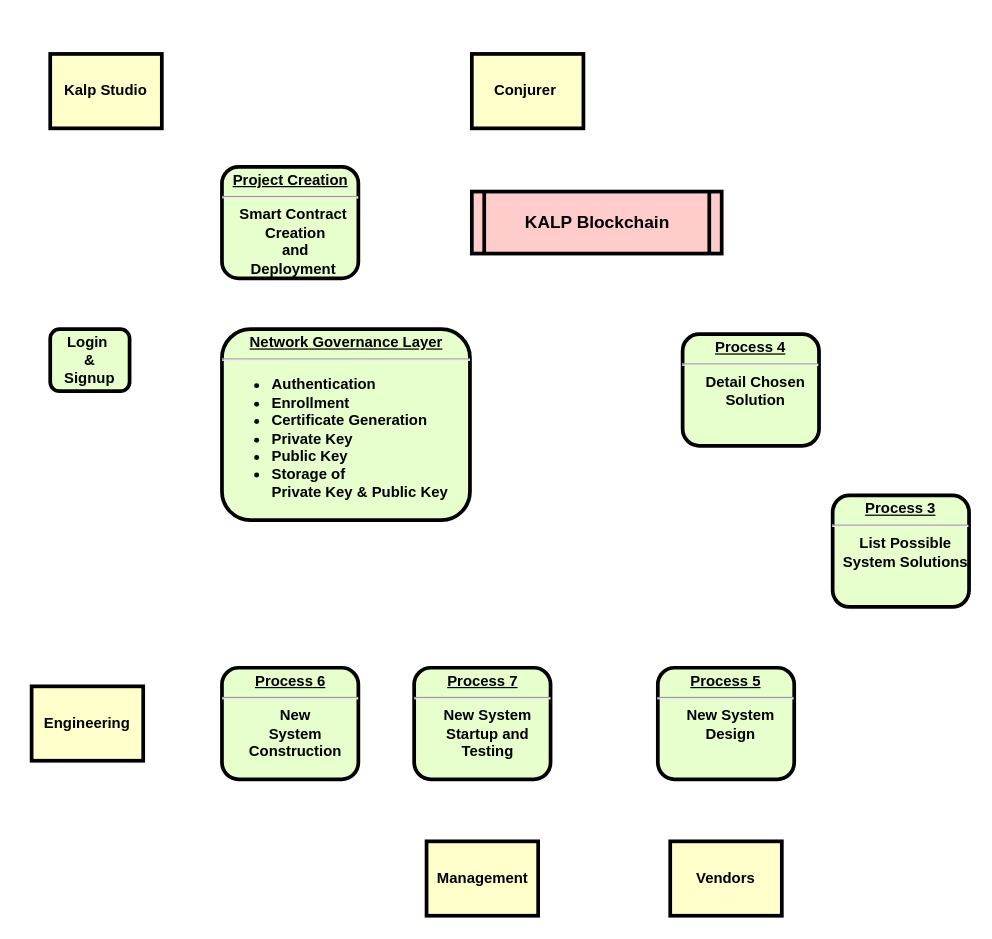
Earlier version of the draw.io diagram Untitled Diagram.drawio (gauravtwr/Kalp). Source tidied: cells renumbered, new cells numbered last; positions are measured from the earlier drawing's top-left corner, leaving out a move shared by most shapes. Both pictures are drawn from the tidied source at 124%, with x=0, y=0 at pixel (31, 53).
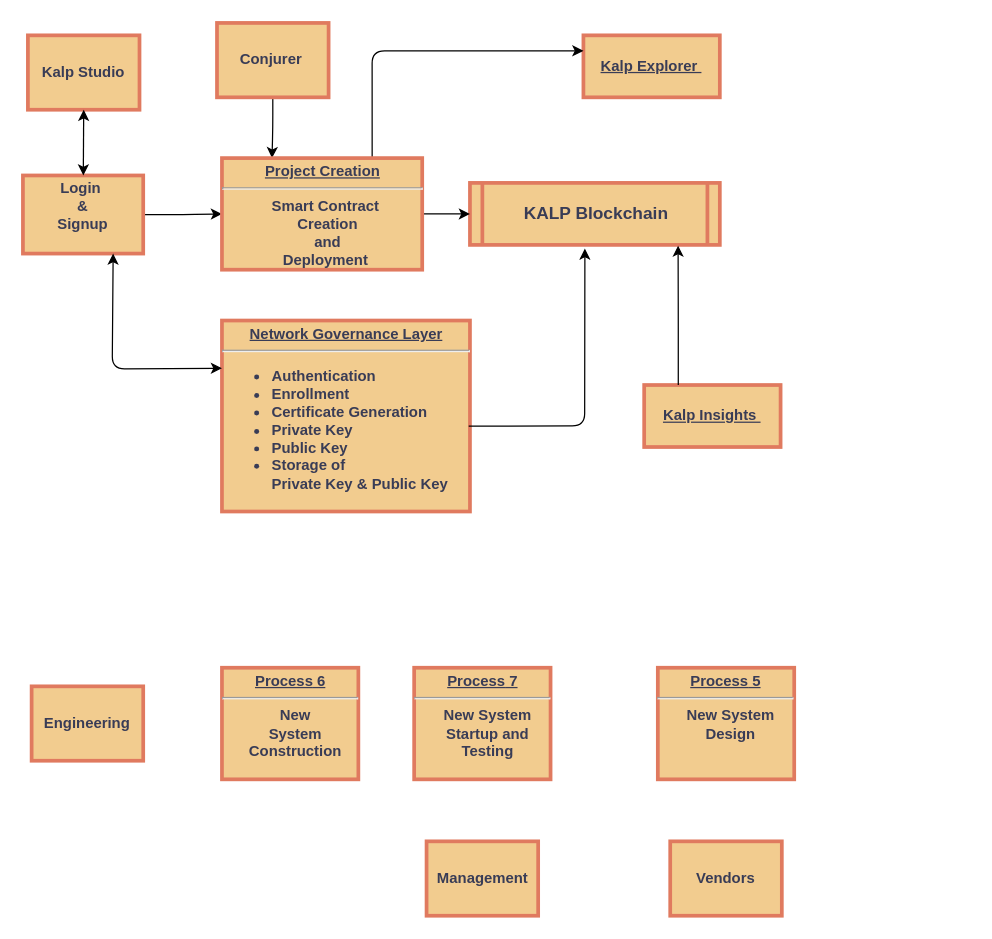
The same page after the edit.

What changed in the source:
```diff
@@
+    <mxCell id="17" style="edgeStyle=orthogonalEdgeStyle;jettySize=auto;html=1;" parent="1" edge="1" source="2" target="16">
+      <mxGeometry relative="1" as="geometry" />
+    </mxCell>
-    <mxCell id="2" value="&lt;p style=&quot;margin: 4px 0px 0px;&quot;&gt;&lt;/p&gt;&lt;div style=&quot;&quot;&gt;&lt;span style=&quot;background-color: initial;&quot;&gt;&lt;font style=&quot;font-size: 12px;&quot;&gt;Login&amp;nbsp;&lt;/font&gt;&lt;/span&gt;&lt;/div&gt;&lt;div style=&quot;&quot;&gt;&lt;span style=&quot;background-color: initial;&quot;&gt;&lt;font style=&quot;font-size: 12px;&quot;&gt;&amp;amp;&lt;br&gt;&lt;/font&gt;&lt;/span&gt;&lt;/div&gt;&lt;div style=&quot;&quot;&gt;&lt;span style=&quot;background-color: initial;&quot;&gt;&lt;font style=&quot;font-size: 12px;&quot;&gt;Signup&lt;/font&gt;&lt;/span&gt;&lt;/div&gt;&lt;p&gt;&lt;/p&gt;" style="verticalAlign=middle;align=center;overflow=fill;fontSize=12;fontFamily=Helvetica;html=1;rounded=1;fontStyle=1;strokeWidth=3;fillColor=#E6FFCC;arcSize=15;" parent="1" vertex="1">
-      <mxGeometry x="15" y="222" width="64" height="50" as="geometry" />
+    <mxCell id="2" value="&lt;p style=&quot;margin: 4px 0px 0px;&quot;&gt;&lt;/p&gt;&lt;div style=&quot;&quot;&gt;&lt;span style=&quot;background-color: initial;&quot;&gt;&lt;font style=&quot;font-size: 12px;&quot;&gt;Login&amp;nbsp;&lt;/font&gt;&lt;/span&gt;&lt;/div&gt;&lt;div style=&quot;&quot;&gt;&lt;span style=&quot;background-color: initial;&quot;&gt;&lt;font style=&quot;font-size: 12px;&quot;&gt;&amp;amp;&lt;br&gt;&lt;/font&gt;&lt;/span&gt;&lt;/div&gt;&lt;div style=&quot;&quot;&gt;&lt;span style=&quot;background-color: initial;&quot;&gt;&lt;font style=&quot;font-size: 12px;&quot;&gt;Signup&lt;/font&gt;&lt;/span&gt;&lt;/div&gt;&lt;p&gt;&lt;/p&gt;" style="verticalAlign=middle;align=center;overflow=fill;fontSize=12;fontFamily=Helvetica;html=1;rounded=0;fontStyle=1;strokeWidth=3;arcSize=0;labelBackgroundColor=none;fillColor=#F2CC8F;strokeColor=#E07A5F;fontColor=#393C56;" parent="1" vertex="1">
+      <mxGeometry x="-7" y="98" width="97" height="63" as="geometry" />
     </mxCell>
-    <mxCell id="3" value="Kalp Studio" style="whiteSpace=wrap;align=center;verticalAlign=middle;fontStyle=1;strokeWidth=3;fillColor=#FFFFCC;" parent="1" vertex="1">
-      <mxGeometry x="15" width="90" height="60" as="geometry" />
+    <mxCell id="3" value="Kalp Studio" style="whiteSpace=wrap;align=center;verticalAlign=middle;fontStyle=1;strokeWidth=3;labelBackgroundColor=none;fillColor=#F2CC8F;strokeColor=#E07A5F;fontColor=#393C56;rounded=0;" parent="1" vertex="1">
+      <mxGeometry x="-3" y="-15" width="90" height="60" as="geometry" />
     </mxCell>
-    <mxCell id="4" value="KALP Blockchain" style="shape=process;whiteSpace=wrap;align=center;verticalAlign=middle;size=0.0475;fontStyle=1;strokeWidth=3;fillColor=#FFCCCC;fontSize=14;" parent="1" vertex="1">
-      <mxGeometry x="355" y="111" width="201.5" height="50" as="geometry" />
+    <mxCell id="4" value="KALP Blockchain" style="shape=process;whiteSpace=wrap;align=center;verticalAlign=middle;size=0.0475;fontStyle=1;strokeWidth=3;fontSize=14;labelBackgroundColor=none;fillColor=#F2CC8F;strokeColor=#E07A5F;fontColor=#393C56;rounded=0;" parent="1" vertex="1">
+      <mxGeometry x="353.5" y="104" width="201.5" height="50" as="geometry" />
     </mxCell>
-    <mxCell id="5" value="&lt;p style=&quot;margin: 4px 0px 0px; text-decoration: underline;&quot;&gt;&lt;strong&gt;Network Governance Layer&lt;br&gt;&lt;/strong&gt;&lt;/p&gt;&lt;hr&gt;&lt;p style=&quot;margin: 0px 0px 0px 8px;&quot;&gt;&lt;/p&gt;&lt;ul&gt;&lt;li style=&quot;text-align: left;&quot;&gt;Authentication&lt;/li&gt;&lt;li style=&quot;text-align: left;&quot;&gt;Enrollment&amp;nbsp;&lt;/li&gt;&lt;li style=&quot;text-align: left;&quot;&gt;Certificate Generation&lt;/li&gt;&lt;li style=&quot;text-align: left;&quot;&gt;&lt;span style=&quot;background-color: initial;&quot;&gt;Private Key&amp;nbsp;&lt;/span&gt;&lt;/li&gt;&lt;li style=&quot;text-align: left;&quot;&gt;&lt;span style=&quot;background-color: initial;&quot;&gt;Public Key&amp;nbsp;&lt;/span&gt;&lt;/li&gt;&lt;li&gt;&lt;div style=&quot;text-align: left;&quot;&gt;&lt;span style=&quot;background-color: initial;&quot;&gt;Storage of&amp;nbsp;&lt;/span&gt;&lt;/div&gt;&lt;div style=&quot;text-align: left;&quot;&gt;&lt;span style=&quot;background-color: initial;&quot;&gt;Private Key &amp;amp; Public Key&amp;nbsp;&lt;/span&gt;&lt;/div&gt;&lt;/li&gt;&lt;/ul&gt;&lt;p&gt;&lt;/p&gt;" style="verticalAlign=middle;align=center;overflow=fill;fontSize=12;fontFamily=Helvetica;html=1;rounded=1;fontStyle=1;strokeWidth=3;fillColor=#E6FFCC;" parent="1" vertex="1">
-      <mxGeometry x="153.5" y="222" width="200" height="154" as="geometry" />
+    <mxCell id="5" value="&lt;p style=&quot;margin: 4px 0px 0px; text-decoration: underline;&quot;&gt;&lt;strong&gt;Network Governance Layer&lt;br&gt;&lt;/strong&gt;&lt;/p&gt;&lt;hr&gt;&lt;p style=&quot;margin: 0px 0px 0px 8px;&quot;&gt;&lt;/p&gt;&lt;ul&gt;&lt;li style=&quot;text-align: left;&quot;&gt;Authentication&lt;/li&gt;&lt;li style=&quot;text-align: left;&quot;&gt;Enrollment&amp;nbsp;&lt;/li&gt;&lt;li style=&quot;text-align: left;&quot;&gt;Certificate Generation&lt;/li&gt;&lt;li style=&quot;text-align: left;&quot;&gt;&lt;span style=&quot;background-color: initial;&quot;&gt;Private Key&amp;nbsp;&lt;/span&gt;&lt;/li&gt;&lt;li style=&quot;text-align: left;&quot;&gt;&lt;span style=&quot;background-color: initial;&quot;&gt;Public Key&amp;nbsp;&lt;/span&gt;&lt;/li&gt;&lt;li&gt;&lt;div style=&quot;text-align: left;&quot;&gt;&lt;span style=&quot;background-color: initial;&quot;&gt;Storage of&amp;nbsp;&lt;/span&gt;&lt;/div&gt;&lt;div style=&quot;text-align: left;&quot;&gt;&lt;span style=&quot;background-color: initial;&quot;&gt;Private Key &amp;amp; Public Key&amp;nbsp;&lt;/span&gt;&lt;/div&gt;&lt;/li&gt;&lt;/ul&gt;&lt;p&gt;&lt;/p&gt;" style="verticalAlign=middle;align=center;overflow=fill;fontSize=12;fontFamily=Helvetica;html=1;rounded=0;fontStyle=1;strokeWidth=3;labelBackgroundColor=none;fillColor=#F2CC8F;strokeColor=#E07A5F;fontColor=#393C56;" parent="1" vertex="1">
+      <mxGeometry x="153.5" y="215" width="200" height="154" as="geometry" />
     </mxCell>
-    <mxCell id="6" value="&lt;p style=&quot;margin: 0px; margin-top: 4px; text-align: center; text-decoration: underline;&quot;&gt;&lt;strong&gt;&lt;strong&gt;Process&lt;/strong&gt; 3&lt;br /&gt;&lt;/strong&gt;&lt;/p&gt;&lt;hr /&gt;&lt;p style=&quot;margin: 0px; margin-left: 8px;&quot;&gt;List Possible&lt;/p&gt;&lt;p style=&quot;margin: 0px; margin-left: 8px;&quot;&gt;System Solutions&lt;/p&gt;" style="verticalAlign=middle;align=center;overflow=fill;fontSize=12;fontFamily=Helvetica;html=1;rounded=1;fontStyle=1;strokeWidth=3;fillColor=#E6FFCC;" parent="1" vertex="1">
-      <mxGeometry x="646" y="356" width="110" height="90" as="geometry" />
-    </mxCell>
-    <mxCell id="7" value="&lt;p style=&quot;margin: 0px; margin-top: 4px; text-align: center; text-decoration: underline;&quot;&gt;&lt;strong&gt;&lt;strong&gt;Process&lt;/strong&gt; 4&lt;br /&gt;&lt;/strong&gt;&lt;/p&gt;&lt;hr /&gt;&lt;p style=&quot;margin: 0px; margin-left: 8px;&quot;&gt;Detail Chosen&lt;/p&gt;&lt;p style=&quot;margin: 0px; margin-left: 8px;&quot;&gt;Solution&lt;/p&gt;" style="verticalAlign=middle;align=center;overflow=fill;fontSize=12;fontFamily=Helvetica;html=1;rounded=1;fontStyle=1;strokeWidth=3;fillColor=#E6FFCC;" parent="1" vertex="1">
-      <mxGeometry x="525" y="226" width="110" height="90" as="geometry" />
+    <mxCell id="7" value="&lt;p style=&quot;margin: 0px; margin-top: 4px; text-align: center; text-decoration: underline;&quot;&gt;&lt;br&gt;Kalp Explorer&amp;nbsp;&lt;/p&gt;" style="verticalAlign=middle;align=center;overflow=fill;fontSize=12;fontFamily=Helvetica;html=1;rounded=0;fontStyle=1;strokeWidth=3;labelBackgroundColor=none;fillColor=#F2CC8F;strokeColor=#E07A5F;fontColor=#393C56;" parent="1" vertex="1">
+      <mxGeometry x="445" y="-15" width="110" height="50" as="geometry" />
     </mxCell>
-    <mxCell id="8" value="&lt;p style=&quot;margin: 0px; margin-top: 4px; text-align: center; text-decoration: underline;&quot;&gt;&lt;strong&gt;&lt;strong&gt;Process&lt;/strong&gt; 5&lt;br /&gt;&lt;/strong&gt;&lt;/p&gt;&lt;hr /&gt;&lt;p style=&quot;margin: 0px; margin-left: 8px;&quot;&gt;New System&lt;/p&gt;&lt;p style=&quot;margin: 0px; margin-left: 8px;&quot;&gt;Design&lt;/p&gt;" style="verticalAlign=middle;align=center;overflow=fill;fontSize=12;fontFamily=Helvetica;html=1;rounded=1;fontStyle=1;strokeWidth=3;fillColor=#E6FFCC;" parent="1" vertex="1">
+    <mxCell id="8" value="&lt;p style=&quot;margin: 0px; margin-top: 4px; text-align: center; text-decoration: underline;&quot;&gt;&lt;strong&gt;&lt;strong&gt;Process&lt;/strong&gt; 5&lt;br /&gt;&lt;/strong&gt;&lt;/p&gt;&lt;hr /&gt;&lt;p style=&quot;margin: 0px; margin-left: 8px;&quot;&gt;New System&lt;/p&gt;&lt;p style=&quot;margin: 0px; margin-left: 8px;&quot;&gt;Design&lt;/p&gt;" style="verticalAlign=middle;align=center;overflow=fill;fontSize=12;fontFamily=Helvetica;html=1;rounded=0;fontStyle=1;strokeWidth=3;labelBackgroundColor=none;fillColor=#F2CC8F;strokeColor=#E07A5F;fontColor=#393C56;" parent="1" vertex="1">
       <mxGeometry x="505" y="495" width="110" height="90" as="geometry" />
     </mxCell>
-    <mxCell id="9" value="&lt;p style=&quot;margin: 0px; margin-top: 4px; text-align: center; text-decoration: underline;&quot;&gt;&lt;strong&gt;&lt;strong&gt;Process&lt;/strong&gt; 6&lt;br /&gt;&lt;/strong&gt;&lt;/p&gt;&lt;hr /&gt;&lt;p style=&quot;margin: 0px; margin-left: 8px;&quot;&gt;New&lt;/p&gt;&lt;p style=&quot;margin: 0px; margin-left: 8px;&quot;&gt;System&lt;/p&gt;&lt;p style=&quot;margin: 0px; margin-left: 8px;&quot;&gt;Construction&lt;/p&gt;" style="verticalAlign=middle;align=center;overflow=fill;fontSize=12;fontFamily=Helvetica;html=1;rounded=1;fontStyle=1;strokeWidth=3;fillColor=#E6FFCC;" parent="1" vertex="1">
+    <mxCell id="9" value="&lt;p style=&quot;margin: 0px; margin-top: 4px; text-align: center; text-decoration: underline;&quot;&gt;&lt;strong&gt;&lt;strong&gt;Process&lt;/strong&gt; 6&lt;br /&gt;&lt;/strong&gt;&lt;/p&gt;&lt;hr /&gt;&lt;p style=&quot;margin: 0px; margin-left: 8px;&quot;&gt;New&lt;/p&gt;&lt;p style=&quot;margin: 0px; margin-left: 8px;&quot;&gt;System&lt;/p&gt;&lt;p style=&quot;margin: 0px; margin-left: 8px;&quot;&gt;Construction&lt;/p&gt;" style="verticalAlign=middle;align=center;overflow=fill;fontSize=12;fontFamily=Helvetica;html=1;rounded=0;fontStyle=1;strokeWidth=3;labelBackgroundColor=none;fillColor=#F2CC8F;strokeColor=#E07A5F;fontColor=#393C56;" parent="1" vertex="1">
       <mxGeometry x="153.5" y="495" width="110" height="90" as="geometry" />
     </mxCell>
+    <mxCell id="18" style="edgeStyle=orthogonalEdgeStyle;jettySize=auto;html=1;entryX=0.25;entryY=0;entryDx=0;entryDy=0;" parent="1" edge="1" source="10" target="16">
+      <mxGeometry relative="1" as="geometry" />
+    </mxCell>
-    <mxCell id="10" value="Conjurer " style="whiteSpace=wrap;align=center;verticalAlign=middle;fontStyle=1;strokeWidth=3;fillColor=#FFFFCC;" parent="1" vertex="1">
-      <mxGeometry x="355" width="90" height="60" as="geometry" />
+    <mxCell id="10" value="Conjurer " style="whiteSpace=wrap;align=center;verticalAlign=middle;fontStyle=1;strokeWidth=3;labelBackgroundColor=none;fillColor=#F2CC8F;strokeColor=#E07A5F;fontColor=#393C56;rounded=0;" parent="1" vertex="1">
+      <mxGeometry x="149.5" y="-25" width="90" height="60" as="geometry" />
     </mxCell>
-    <mxCell id="11" value="Management" style="whiteSpace=wrap;align=center;verticalAlign=middle;fontStyle=1;strokeWidth=3;fillColor=#FFFFCC;" parent="1" vertex="1">
+    <mxCell id="11" value="Management" style="whiteSpace=wrap;align=center;verticalAlign=middle;fontStyle=1;strokeWidth=3;labelBackgroundColor=none;fillColor=#F2CC8F;strokeColor=#E07A5F;fontColor=#393C56;rounded=0;" parent="1" vertex="1">
       <mxGeometry x="318.5" y="635" width="90" height="60" as="geometry" />
     </mxCell>
-    <mxCell id="12" value="Engineering" style="whiteSpace=wrap;align=center;verticalAlign=middle;fontStyle=1;strokeWidth=3;fillColor=#FFFFCC;" parent="1" vertex="1">
+    <mxCell id="12" value="Engineering" style="whiteSpace=wrap;align=center;verticalAlign=middle;fontStyle=1;strokeWidth=3;labelBackgroundColor=none;fillColor=#F2CC8F;strokeColor=#E07A5F;fontColor=#393C56;rounded=0;" parent="1" vertex="1">
       <mxGeometry y="510" width="90" height="60" as="geometry" />
     </mxCell>
-    <mxCell id="13" value="Vendors" style="whiteSpace=wrap;align=center;verticalAlign=middle;fontStyle=1;strokeWidth=3;fillColor=#FFFFCC;" parent="1" vertex="1">
+    <mxCell id="13" value="Vendors" style="whiteSpace=wrap;align=center;verticalAlign=middle;fontStyle=1;strokeWidth=3;labelBackgroundColor=none;fillColor=#F2CC8F;strokeColor=#E07A5F;fontColor=#393C56;rounded=0;" parent="1" vertex="1">
       <mxGeometry x="515" y="635" width="90" height="60" as="geometry" />
     </mxCell>
-    <mxCell id="14" value="&lt;p style=&quot;margin: 0px; margin-top: 4px; text-align: center; text-decoration: underline;&quot;&gt;&lt;strong&gt;&lt;strong&gt;Process&lt;/strong&gt; 7&lt;br /&gt;&lt;/strong&gt;&lt;/p&gt;&lt;hr /&gt;&lt;p style=&quot;margin: 0px; margin-left: 8px;&quot;&gt;New System&lt;/p&gt;&lt;p style=&quot;margin: 0px; margin-left: 8px;&quot;&gt;Startup and&lt;/p&gt;&lt;p style=&quot;margin: 0px; margin-left: 8px;&quot;&gt;Testing&lt;/p&gt;" style="verticalAlign=middle;align=center;overflow=fill;fontSize=12;fontFamily=Helvetica;html=1;rounded=1;fontStyle=1;strokeWidth=3;fillColor=#E6FFCC;" parent="1" vertex="1">
+    <mxCell id="14" value="&lt;p style=&quot;margin: 0px; margin-top: 4px; text-align: center; text-decoration: underline;&quot;&gt;&lt;strong&gt;&lt;strong&gt;Process&lt;/strong&gt; 7&lt;br /&gt;&lt;/strong&gt;&lt;/p&gt;&lt;hr /&gt;&lt;p style=&quot;margin: 0px; margin-left: 8px;&quot;&gt;New System&lt;/p&gt;&lt;p style=&quot;margin: 0px; margin-left: 8px;&quot;&gt;Startup and&lt;/p&gt;&lt;p style=&quot;margin: 0px; margin-left: 8px;&quot;&gt;Testing&lt;/p&gt;" style="verticalAlign=middle;align=center;overflow=fill;fontSize=12;fontFamily=Helvetica;html=1;rounded=0;fontStyle=1;strokeWidth=3;labelBackgroundColor=none;fillColor=#F2CC8F;strokeColor=#E07A5F;fontColor=#393C56;" parent="1" vertex="1">
       <mxGeometry x="308.5" y="495" width="110" height="90" as="geometry" />
     </mxCell>
-    <mxCell id="15" style="edgeStyle=orthogonalEdgeStyle;rounded=0;orthogonalLoop=1;jettySize=auto;html=1;" parent="1" edge="1">
+    <mxCell id="15" style="edgeStyle=orthogonalEdgeStyle;rounded=0;orthogonalLoop=1;jettySize=auto;html=1;labelBackgroundColor=none;fontColor=default;strokeColor=#E07A5F;" parent="1" edge="1">
       <mxGeometry relative="1" as="geometry">
         <mxPoint x="166" y="426" as="targetPoint" />
       </mxGeometry>
     </mxCell>
+    <mxCell id="19" style="edgeStyle=orthogonalEdgeStyle;jettySize=auto;html=1;" parent="1" edge="1" source="16" target="4">
+      <mxGeometry relative="1" as="geometry" />
+    </mxCell>
+    <mxCell id="20" style="edgeStyle=orthogonalEdgeStyle;jettySize=auto;html=1;exitX=0.75;exitY=0;exitDx=0;exitDy=0;entryX=0;entryY=0.25;entryDx=0;entryDy=0;" parent="1" edge="1" source="16" target="7">
+      <mxGeometry relative="1" as="geometry" />
+    </mxCell>
-    <mxCell id="16" value="&lt;p style=&quot;margin: 0px; margin-top: 4px; text-align: center; text-decoration: underline;&quot;&gt;&lt;strong&gt;Project Creation&lt;br&gt;&lt;/strong&gt;&lt;/p&gt;&lt;hr&gt;&lt;p style=&quot;margin: 0px; margin-left: 8px;&quot;&gt;Smart Contract&amp;nbsp;&lt;br&gt;Creation &lt;br&gt;and &lt;br&gt;Deployment&amp;nbsp;&lt;/p&gt;" style="verticalAlign=middle;align=center;overflow=fill;fontSize=12;fontFamily=Helvetica;html=1;rounded=1;fontStyle=1;strokeWidth=3;fillColor=#E6FFCC;" parent="1" vertex="1">
-      <mxGeometry x="153.5" y="91" width="110" height="90" as="geometry" />
+    <mxCell id="16" value="&lt;p style=&quot;margin: 0px; margin-top: 4px; text-align: center; text-decoration: underline;&quot;&gt;&lt;strong&gt;Project Creation&lt;br&gt;&lt;/strong&gt;&lt;/p&gt;&lt;hr&gt;&lt;p style=&quot;margin: 0px; margin-left: 8px;&quot;&gt;Smart Contract&amp;nbsp;&lt;br&gt;Creation &lt;br&gt;and &lt;br&gt;Deployment&amp;nbsp;&lt;/p&gt;" style="verticalAlign=middle;align=center;overflow=fill;fontSize=12;fontFamily=Helvetica;html=1;rounded=0;fontStyle=1;strokeWidth=3;labelBackgroundColor=none;arcSize=1;fillColor=#F2CC8F;strokeColor=#E07A5F;fontColor=#393C56;" parent="1" vertex="1">
+      <mxGeometry x="153.5" y="84" width="161.5" height="90" as="geometry" />
     </mxCell>
+    <mxCell id="21" style="endArrow=classic;startArrow=classic;html=1;entryX=0.5;entryY=1;entryDx=0;entryDy=0;" parent="1" edge="1" source="2" target="3">
+      <mxGeometry relative="1" as="geometry" />
+    </mxCell>
+    <mxCell id="22" style="endArrow=classic;startArrow=classic;html=1;exitX=0;exitY=0.25;exitDx=0;exitDy=0;entryX=0.75;entryY=1;entryDx=0;entryDy=0;" parent="1" edge="1" source="5" target="2">
+      <mxGeometry relative="1" as="geometry">
+        <Array as="points">
+          <mxPoint x="65" y="254" />
+        </Array>
+      </mxGeometry>
+    </mxCell>
+    <mxCell id="23" style="endArrow=classic;html=1;exitX=0.995;exitY=0.553;exitDx=0;exitDy=0;exitPerimeter=0;entryX=0.46;entryY=1.06;entryDx=0;entryDy=0;entryPerimeter=0;" parent="1" edge="1" source="5" target="4">
+      <mxGeometry relative="1" as="geometry">
+        <Array as="points">
+          <mxPoint x="446" y="300" />
+        </Array>
+      </mxGeometry>
+    </mxCell>
+    <mxCell id="24" value="&lt;p style=&quot;margin: 0px; margin-top: 4px; text-align: center; text-decoration: underline;&quot;&gt;&lt;br&gt;Kalp Insights&amp;nbsp;&lt;/p&gt;" style="verticalAlign=middle;align=center;overflow=fill;fontSize=12;fontFamily=Helvetica;html=1;rounded=0;fontStyle=1;strokeWidth=3;labelBackgroundColor=none;fillColor=#F2CC8F;strokeColor=#E07A5F;fontColor=#393C56;" parent="1" vertex="1">
+      <mxGeometry x="494" y="267" width="110" height="50" as="geometry" />
+    </mxCell>
+    <mxCell id="25" style="edgeStyle=orthogonalEdgeStyle;jettySize=auto;html=1;exitX=0.25;exitY=0;exitDx=0;exitDy=0;entryX=0.833;entryY=1.012;entryDx=0;entryDy=0;entryPerimeter=0;" parent="1" edge="1" source="24" target="4">
+      <mxGeometry relative="1" as="geometry" />
+    </mxCell>
```
